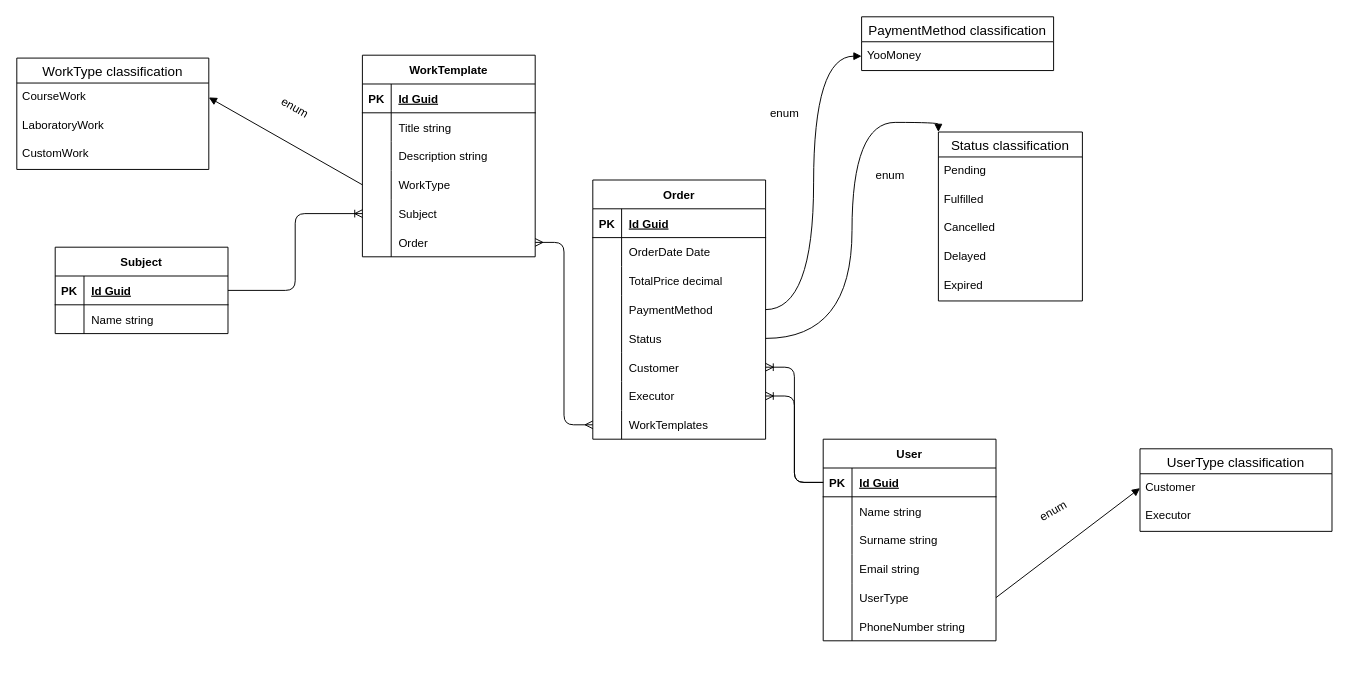
Before: architecture/database overview.drawio in mxdnxghts/ScienceAtrium, a draw.io diagram. Source tidied: cells renumbered, new cells numbered last; positions are measured from the earlier drawing's top-left corner, leaving out a move shared by most shapes. Both pictures are drawn from the tidied source at 96%, with x=0, y=0 at pixel (16, 16).
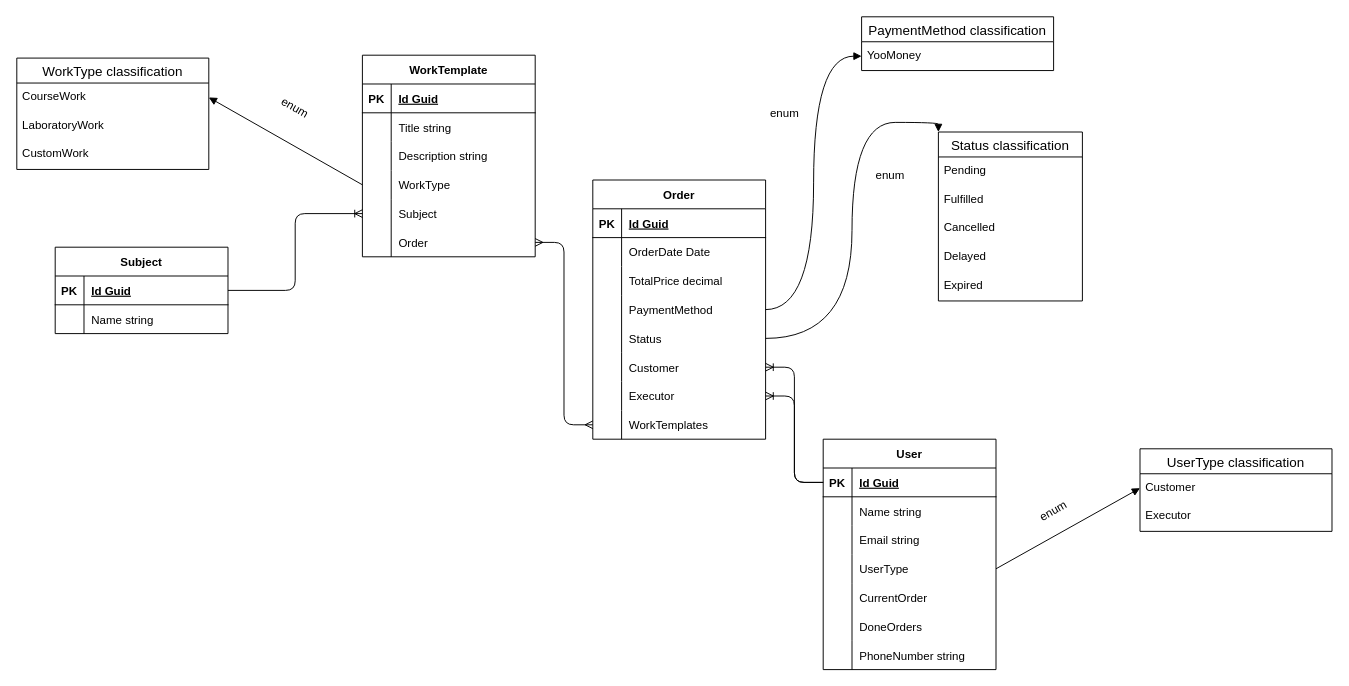
After the change.

Diff of the diagram source:
```diff
@@
     <mxCell id="68" value="User" style="shape=table;startSize=30;childLayout=tableLayout;rowLines=0;fontStyle=1;align=center;" parent="1" vertex="1">
-      <mxGeometry x="840" y="440" width="180" height="210" as="geometry" />
+      <mxGeometry x="840" y="440" width="180" height="240" as="geometry" />
     </mxCell>
@@
-    <mxCell id="75" style="shape=tableRow;horizontal=0;startSize=0;swimlaneHead=0;swimlaneBody=0;fillColor=none;top=0;left=0;right=0;bottom=0;" parent="68" vertex="1">
-      <mxGeometry y="90" width="180" height="30" as="geometry" />
-    </mxCell>
-    <mxCell id="76" style="shape=partialRectangle;fillColor=none;top=0;left=0;bottom=0;right=0;overflow=hidden;" parent="75" vertex="1">
-      <mxGeometry width="30" height="30" as="geometry" />
-    </mxCell>
-    <mxCell id="77" value="Surname string" style="shape=partialRectangle;fillColor=none;top=0;left=0;bottom=0;right=0;align=left;spacingLeft=6;overflow=hidden;" parent="75" vertex="1">
-      <mxGeometry x="30" width="150" height="30" as="geometry" />
-    </mxCell>
     <mxCell id="78" style="shape=tableRow;horizontal=0;startSize=0;swimlaneHead=0;swimlaneBody=0;fillColor=none;top=0;left=0;right=0;bottom=0;" parent="68" vertex="1">
-      <mxGeometry y="120" width="180" height="30" as="geometry" />
+      <mxGeometry y="90" width="180" height="30" as="geometry" />
     </mxCell>
@@
     <mxCell id="81" style="shape=tableRow;horizontal=0;startSize=0;swimlaneHead=0;swimlaneBody=0;fillColor=none;points=[[0,0.5],[1,0.5]];portConstraint=eastwest;top=0;left=0;right=0;bottom=0;" parent="68" vertex="1">
-      <mxGeometry y="150" width="180" height="30" as="geometry" />
+      <mxGeometry y="120" width="180" height="30" as="geometry" />
     </mxCell>
@@
+    <mxCell id="99" style="shape=tableRow;horizontal=0;startSize=0;swimlaneHead=0;swimlaneBody=0;fillColor=none;top=0;left=0;right=0;bottom=0;" parent="68" vertex="1">
+      <mxGeometry y="150" width="180" height="30" as="geometry" />
+    </mxCell>
+    <mxCell id="100" style="shape=partialRectangle;fillColor=none;top=0;left=0;bottom=0;right=0;overflow=hidden;fontStyle=1;" parent="99" vertex="1">
+      <mxGeometry width="30" height="30" as="geometry" />
+    </mxCell>
+    <mxCell id="101" value="CurrentOrder" style="shape=partialRectangle;fillColor=none;top=0;left=0;bottom=0;right=0;align=left;spacingLeft=6;overflow=hidden;" parent="99" vertex="1">
+      <mxGeometry x="30" width="150" height="30" as="geometry" />
+    </mxCell>
+    <mxCell id="102" style="shape=tableRow;horizontal=0;startSize=0;swimlaneHead=0;swimlaneBody=0;fillColor=none;top=0;left=0;right=0;bottom=0;" parent="68" vertex="1">
+      <mxGeometry y="180" width="180" height="30" as="geometry" />
+    </mxCell>
+    <mxCell id="103" style="shape=partialRectangle;fillColor=none;top=0;left=0;bottom=0;right=0;overflow=hidden;fontStyle=1;" parent="102" vertex="1">
+      <mxGeometry width="30" height="30" as="geometry" />
+    </mxCell>
+    <mxCell id="104" value="DoneOrders" style="shape=partialRectangle;fillColor=none;top=0;left=0;bottom=0;right=0;align=left;spacingLeft=6;overflow=hidden;" parent="102" vertex="1">
+      <mxGeometry x="30" width="150" height="30" as="geometry" />
+    </mxCell>
     <mxCell id="84" style="shape=tableRow;horizontal=0;startSize=0;swimlaneHead=0;swimlaneBody=0;fillColor=none;top=0;left=0;right=0;bottom=0;" parent="68" vertex="1">
-      <mxGeometry y="180" width="180" height="30" as="geometry" />
+      <mxGeometry y="210" width="180" height="30" as="geometry" />
     </mxCell>
```
